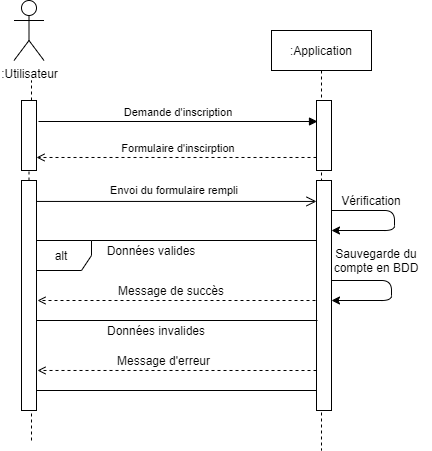
The draw.io diagram diagrammes_sequence/inscription.png in RemiMoustey/ExpressFood, before a commit. Source tidied: cells renumbered, new cells last; positions are measured from the earlier drawing's top-left corner, leaving out a move shared by most shapes.
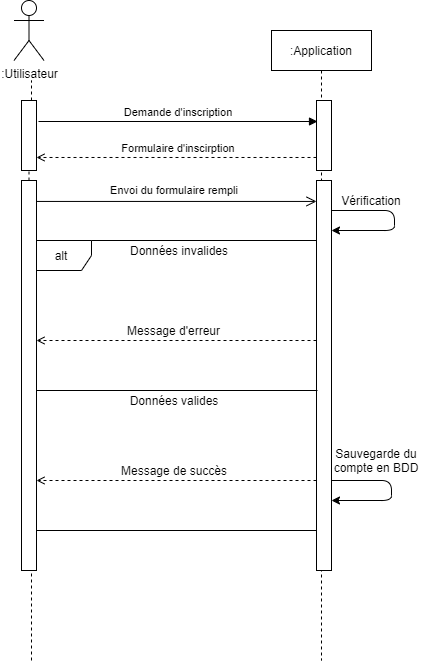
After the commit.

Change to the diagram source:
```diff
@@ -3,13 +3,13 @@
     <mxCell id="0" />
     <mxCell id="1" parent="0" />
     <mxCell id="2" value=":Application" style="shape=umlLifeline;perimeter=lifelinePerimeter;rounded=0;shadow=0;strokeWidth=1;" parent="1" vertex="1">
-      <mxGeometry x="258" y="30" width="100" height="420" as="geometry" />
+      <mxGeometry x="258" y="30" width="100" height="630" as="geometry" />
     </mxCell>
     <mxCell id="3" style="points=[];perimeter=orthogonalPerimeter;rounded=0;shadow=0;strokeWidth=1;" parent="2" vertex="1">
       <mxGeometry x="45" y="70" width="15" height="70" as="geometry" />
     </mxCell>
     <mxCell id="4" style="points=[];perimeter=orthogonalPerimeter;rounded=0;shadow=0;strokeWidth=1;" parent="2" vertex="1">
-      <mxGeometry x="45" y="150" width="15" height="230" as="geometry" />
+      <mxGeometry x="45" y="150" width="15" height="390" as="geometry" />
     </mxCell>
     <mxCell id="5" value="Demande d'inscription" style="verticalAlign=bottom;endArrow=block;shadow=0;strokeWidth=1;entryX=0.067;entryY=0.3;entryDx=0;entryDy=0;entryPerimeter=0;" parent="1" edge="1" target="3">
       <mxGeometry relative="1" as="geometry">
@@ -28,7 +28,7 @@
       <mxGeometry x="338" y="190" width="40" height="20" as="geometry" />
     </mxCell>
     <mxCell id="9" value="alt&lt;br&gt;" style="shape=umlFrame;whiteSpace=wrap;html=1;" parent="1" vertex="1">
-      <mxGeometry x="18" y="240" width="285" height="150" as="geometry" />
+      <mxGeometry x="18" y="240" width="285" height="290" as="geometry" />
     </mxCell>
     <mxCell id="10" style="endArrow=classic;html=1;" parent="1" edge="1">
       <mxGeometry relative="1" as="geometry">
@@ -41,45 +41,40 @@
       </mxGeometry>
     </mxCell>
     <mxCell id="11" value="Données invalides" style="text;html=1;strokeColor=none;fillColor=none;align=center;verticalAlign=middle;whiteSpace=wrap;rounded=0;" parent="1" vertex="1">
-      <mxGeometry x="88" y="320" width="110" height="20" as="geometry" />
+      <mxGeometry x="110.5" y="240" width="110" height="20" as="geometry" />
     </mxCell>
     <mxCell id="12" value="Données valides&lt;br&gt;" style="text;html=1;strokeColor=none;fillColor=none;align=center;verticalAlign=middle;whiteSpace=wrap;rounded=0;" parent="1" vertex="1">
-      <mxGeometry x="88" y="240" width="100" height="20" as="geometry" />
+      <mxGeometry x="110.5" y="390" width="100" height="20" as="geometry" />
     </mxCell>
     <mxCell id="13" style="endArrow=classic;html=1;" parent="1" edge="1">
       <mxGeometry relative="1" as="geometry">
-        <mxPoint x="318" y="280" as="sourcePoint" />
-        <mxPoint x="318" y="300" as="targetPoint" />
+        <mxPoint x="318" y="480" as="sourcePoint" />
+        <mxPoint x="318" y="500" as="targetPoint" />
         <Array as="points">
-          <mxPoint x="378" y="280" />
-          <mxPoint x="378" y="300" />
+          <mxPoint x="378" y="480" />
+          <mxPoint x="378" y="500" />
         </Array>
       </mxGeometry>
     </mxCell>
     <mxCell id="14" value="Sauvegarde du compte en BDD" style="text;html=1;strokeColor=none;fillColor=none;align=center;verticalAlign=middle;whiteSpace=wrap;rounded=0;" parent="1" vertex="1">
-      <mxGeometry x="308" y="250" width="110" height="20" as="geometry" />
+      <mxGeometry x="308" y="450" width="110" height="20" as="geometry" />
     </mxCell>
     <mxCell id="15" style="endArrow=open;html=1;dashed=1;endFill=0;" parent="1" edge="1">
       <mxGeometry relative="1" as="geometry">
-        <mxPoint x="302" y="300" as="sourcePoint" />
-        <mxPoint x="24" y="300" as="targetPoint" />
+        <mxPoint x="303" y="340" as="sourcePoint" />
+        <mxPoint x="23" y="340" as="targetPoint" />
       </mxGeometry>
     </mxCell>
     <mxCell id="16" value="Message de succès" style="text;html=1;strokeColor=none;fillColor=none;align=center;verticalAlign=middle;whiteSpace=wrap;rounded=0;" parent="1" vertex="1">
-      <mxGeometry x="88" y="280" width="140" height="20" as="geometry" />
+      <mxGeometry x="90.5" y="460" width="140" height="20" as="geometry" />
     </mxCell>
-    <mxCell id="17" style="endArrow=open;html=1;dashed=1;endFill=0;entryX=1.067;entryY=0.826;entryDx=0;entryDy=0;entryPerimeter=0;" parent="1" edge="1" target="24">
-      <mxGeometry relative="1" as="geometry">
-        <mxPoint x="303" y="370" as="sourcePoint" />
-      </mxGeometry>
-    </mxCell>
     <mxCell id="18" value="Message d'erreur" style="text;html=1;strokeColor=none;fillColor=none;align=center;verticalAlign=middle;whiteSpace=wrap;rounded=0;" parent="1" vertex="1">
-      <mxGeometry x="88" y="350" width="125" height="20" as="geometry" />
+      <mxGeometry x="98" y="320" width="125" height="20" as="geometry" />
     </mxCell>
     <mxCell id="19" style="endArrow=none;html=1;" parent="1" edge="1">
       <mxGeometry relative="1" as="geometry">
-        <mxPoint x="18" y="320" as="sourcePoint" />
-        <mxPoint x="304" y="320" as="targetPoint" />
+        <mxPoint x="18" y="390" as="sourcePoint" />
+        <mxPoint x="304" y="390" as="targetPoint" />
       </mxGeometry>
     </mxCell>
     <mxCell id="20" value=":Utilisateur" style="shape=umlActor;verticalLabelPosition=bottom;verticalAlign=top;html=1;" parent="1" vertex="1">
@@ -97,12 +92,18 @@
       <mxGeometry relative="1" as="geometry" />
     </mxCell>
     <mxCell id="24" style="points=[];perimeter=orthogonalPerimeter;rounded=0;shadow=0;strokeWidth=1;" parent="1" vertex="1">
-      <mxGeometry x="8" y="180" width="15" height="230" as="geometry" />
+      <mxGeometry x="8" y="180" width="15" height="390" as="geometry" />
     </mxCell>
     <mxCell id="25" style="endArrow=none;dashed=1;html=1;strokeWidth=1;" parent="1" edge="1" target="24">
       <mxGeometry relative="1" as="geometry">
-        <mxPoint x="18" y="440" as="sourcePoint" />
+        <mxPoint x="18" y="660" as="sourcePoint" />
       </mxGeometry>
     </mxCell>
+    <mxCell id="26" style="endArrow=open;html=1;dashed=1;endFill=0;" parent="1" edge="1">
+      <mxGeometry relative="1" as="geometry">
+        <mxPoint x="303" y="480" as="sourcePoint" />
+        <mxPoint x="23" y="480" as="targetPoint" />
+      </mxGeometry>
+    </mxCell>
   </root>
 </mxGraphModel>
```
